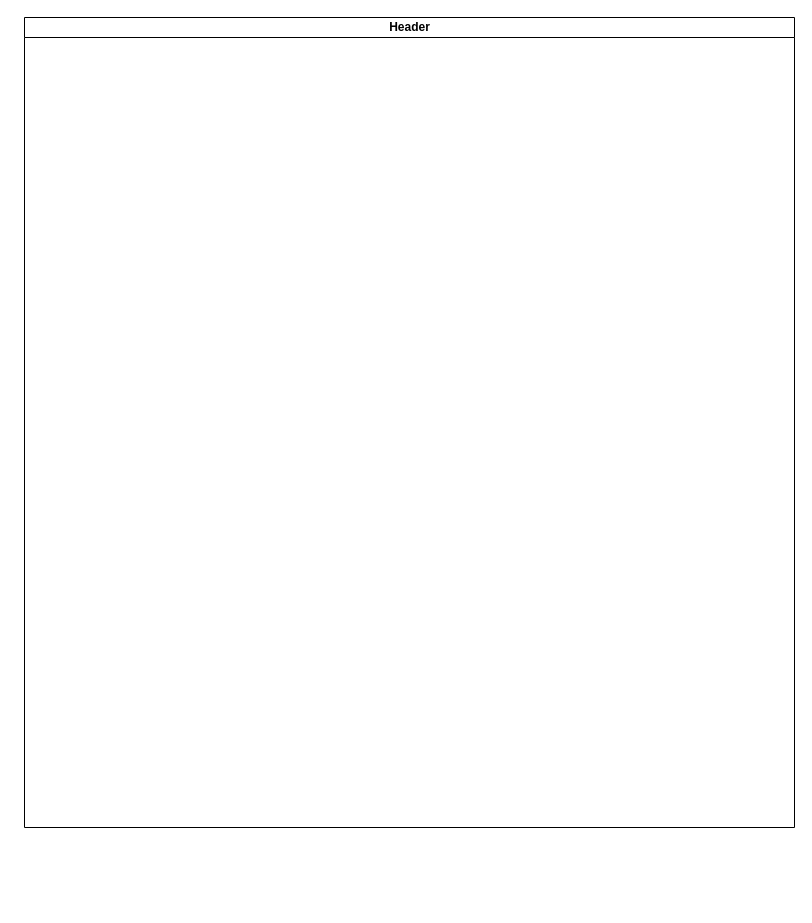
This is website mockup.drawio from ajsamcse/psd-to-html, a draw.io file, before an edit. Source tidied: cells renumbered, new cells numbered last; positions are measured from the earlier drawing's top-left corner, leaving out a move shared by most shapes. Both pictures are drawn from the tidied source at 100%, with x=0, y=0 at pixel (24, 17).
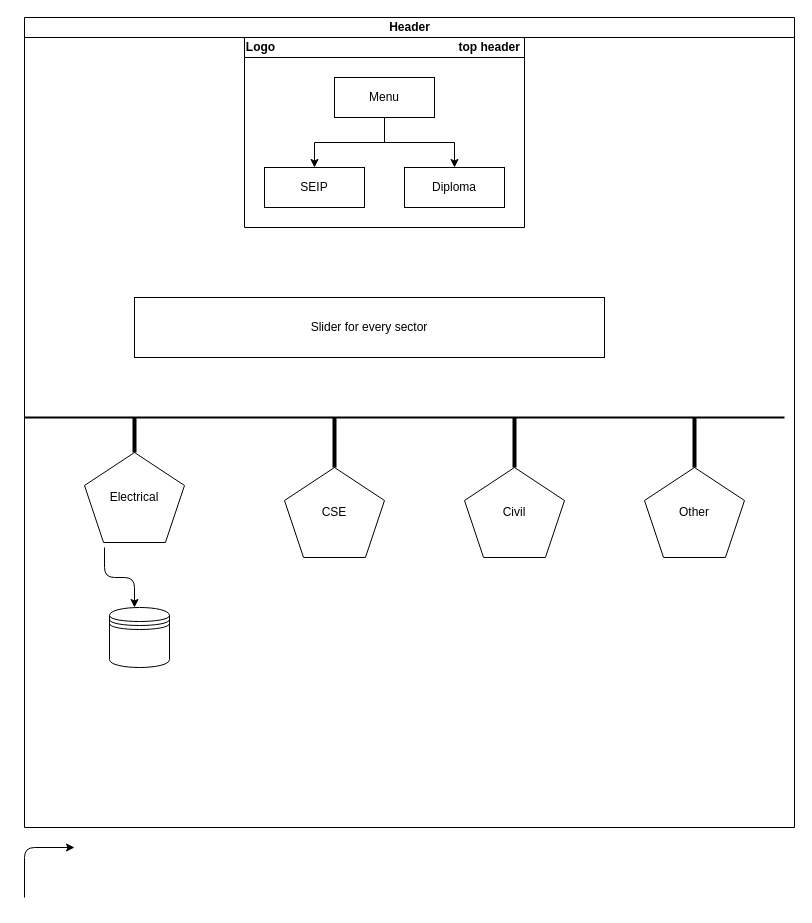
The same page after the edit.

The change refers to these unchanged cells:
```xml
<mxCell id="2" value="Header" style="swimlane;html=1;startSize=20;horizontal=1;containerType=tree;" parent="1" vertex="1">
  <mxGeometry width="770" height="810" as="geometry" />
</mxCell>
```

Change to the diagram source:
```diff
@@
+    <mxCell id="3" value="Logo&amp;nbsp; &amp;nbsp; &amp;nbsp; &amp;nbsp; &amp;nbsp; &amp;nbsp; &amp;nbsp; &amp;nbsp; &amp;nbsp; &amp;nbsp; &amp;nbsp; &amp;nbsp; &amp;nbsp; &amp;nbsp; &amp;nbsp; &amp;nbsp; &amp;nbsp; &amp;nbsp; &amp;nbsp; &amp;nbsp; &amp;nbsp; &amp;nbsp; &amp;nbsp; &amp;nbsp; &amp;nbsp; &amp;nbsp; &amp;nbsp; &amp;nbsp;top header&amp;nbsp;" style="swimlane;html=1;startSize=20;horizontal=1;horizontalTree=0;containerType=tree;" parent="2" vertex="1">
+      <mxGeometry x="220" y="20" width="280" height="190" as="geometry" />
+    </mxCell>
+    <mxCell id="4" value="Menu" style="whiteSpace=wrap;html=1;" parent="3" vertex="1">
+      <mxGeometry x="90" y="40" width="100" height="40" as="geometry" />
+    </mxCell>
+    <mxCell id="5" value="SEIP" style="whiteSpace=wrap;html=1;" parent="3" vertex="1">
+      <mxGeometry x="20" y="130" width="100" height="40" as="geometry" />
+    </mxCell>
+    <mxCell id="6" style="edgeStyle=elbowEdgeStyle;elbow=vertical;html=1;rounded=0;" parent="3" edge="1" source="4" target="5">
+      <mxGeometry relative="1" as="geometry" />
+    </mxCell>
+    <mxCell id="7" value="Diploma" style="whiteSpace=wrap;html=1;" parent="3" vertex="1">
+      <mxGeometry x="160" y="130" width="100" height="40" as="geometry" />
+    </mxCell>
+    <mxCell id="8" style="edgeStyle=elbowEdgeStyle;elbow=vertical;html=1;rounded=0;" parent="3" edge="1" source="4" target="7">
+      <mxGeometry relative="1" as="geometry" />
+    </mxCell>
+    <mxCell id="9" value="Slider for every sector" style="whiteSpace=wrap;html=1;align=center;" parent="2" vertex="1">
+      <mxGeometry x="110" y="280" width="470" height="60" as="geometry" />
+    </mxCell>
+    <mxCell id="10" style="line;strokeWidth=2;html=1;" parent="2" vertex="1">
+      <mxGeometry y="395" width="760" height="10" as="geometry" />
+    </mxCell>
+    <mxCell id="11" value="Electrical" style="whiteSpace=wrap;html=1;shape=mxgraph.basic.pentagon;" parent="2" vertex="1">
+      <mxGeometry x="60" y="435" width="100" height="90" as="geometry" />
+    </mxCell>
+    <mxCell id="12" value="CSE" style="whiteSpace=wrap;html=1;shape=mxgraph.basic.pentagon;" parent="2" vertex="1">
+      <mxGeometry x="260" y="450" width="100" height="90" as="geometry" />
+    </mxCell>
+    <mxCell id="13" value="Civil" style="whiteSpace=wrap;html=1;shape=mxgraph.basic.pentagon;" parent="2" vertex="1">
+      <mxGeometry x="440" y="450" width="100" height="90" as="geometry" />
+    </mxCell>
+    <mxCell id="14" value="Other" style="whiteSpace=wrap;html=1;shape=mxgraph.basic.pentagon;" parent="2" vertex="1">
+      <mxGeometry x="620" y="450" width="100" height="90" as="geometry" />
+    </mxCell>
+    <mxCell id="15" style="line;strokeWidth=4;direction=south;html=1;perimeter=backbonePerimeter;" parent="2" vertex="1">
+      <mxGeometry x="305" y="400" width="10" height="50" as="geometry" />
+    </mxCell>
+    <mxCell id="16" style="line;strokeWidth=4;direction=south;html=1;perimeter=backbonePerimeter;" parent="2" vertex="1">
+      <mxGeometry x="485" y="400" width="10" height="50" as="geometry" />
+    </mxCell>
+    <mxCell id="17" style="line;strokeWidth=4;direction=south;html=1;perimeter=backbonePerimeter;" parent="2" vertex="1">
+      <mxGeometry x="665" y="400" width="10" height="50" as="geometry" />
+    </mxCell>
+    <mxCell id="18" style="line;strokeWidth=4;direction=south;html=1;perimeter=backbonePerimeter;" parent="2" vertex="1">
+      <mxGeometry x="105" y="400" width="10" height="35" as="geometry" />
+    </mxCell>
+    <mxCell id="19" style="edgeStyle=elbowEdgeStyle;elbow=vertical;endArrow=classic;html=1;" parent="2" edge="1">
+      <mxGeometry relative="1" as="geometry">
+        <mxPoint x="80" y="530" as="sourcePoint" />
+        <mxPoint x="110" y="590" as="targetPoint" />
+        <Array as="points">
+          <mxPoint x="100" y="560" />
+        </Array>
+      </mxGeometry>
+    </mxCell>
+    <mxCell id="20" style="shape=datastore;whiteSpace=wrap;html=1;" parent="2" vertex="1">
+      <mxGeometry x="85" y="590" width="60" height="60" as="geometry" />
+    </mxCell>
+    <mxCell id="21" style="edgeStyle=elbowEdgeStyle;elbow=vertical;endArrow=classic;html=1;" parent="1" edge="1">
+      <mxGeometry relative="1" as="geometry">
+        <mxPoint y="880" as="sourcePoint" />
+        <mxPoint x="50" y="830" as="targetPoint" />
+        <Array as="points">
+          <mxPoint x="40" y="830" />
+        </Array>
+      </mxGeometry>
+    </mxCell>
```
